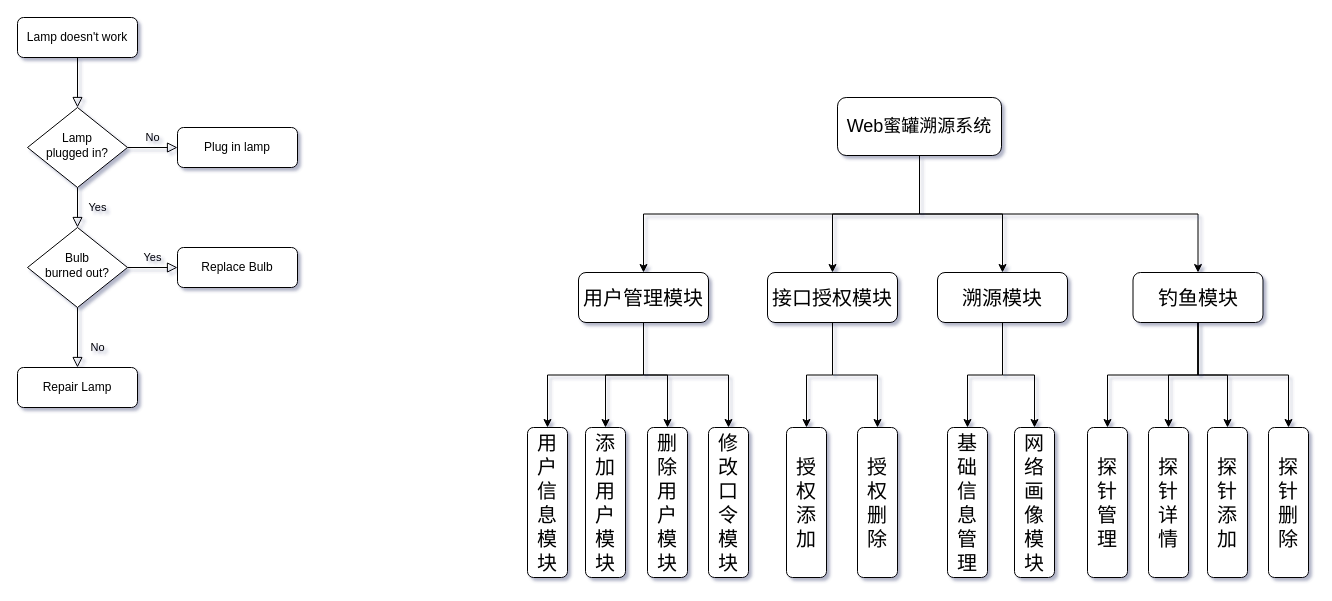
Pannet/Pannet.github.io keeps this draw.io diagram as fxw.drawio. Above is the earlier version. Source tidied: cells renumbered, new cells numbered last; positions are measured from the earlier drawing's top-left corner, leaving out a move shared by most shapes. Both pictures are drawn from the tidied source at 100%, with x=0, y=0 at pixel (17, 17).
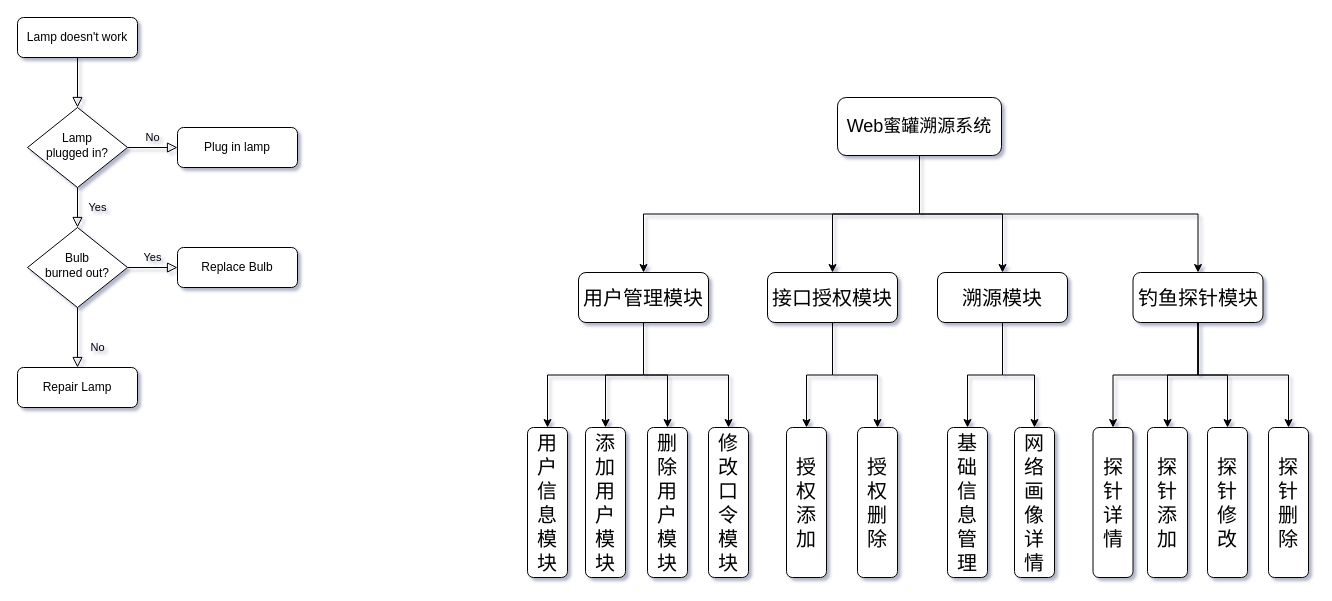
The same page after the edit.

Change to the diagram source:
```diff
@@
-    <mxCell id="30" value="钓鱼模块" style="rounded=1;whiteSpace=wrap;html=1;fontSize=20;" parent="1" vertex="1">
+    <mxCell id="30" value="钓鱼探针模块" style="rounded=1;whiteSpace=wrap;html=1;fontSize=20;" parent="1" vertex="1">
       <mxGeometry x="1115.5" y="255" width="130" height="50" as="geometry" />
     </mxCell>
-    <mxCell id="31" value="探&lt;br style=&quot;font-size: 20px;&quot;&gt;针&lt;br style=&quot;font-size: 20px;&quot;&gt;管&lt;br style=&quot;font-size: 20px;&quot;&gt;理" style="rounded=1;whiteSpace=wrap;html=1;fontSize=20;rotation=0;" parent="1" vertex="1">
-      <mxGeometry x="1070" y="410" width="40" height="150" as="geometry" />
+    <mxCell id="31" value="探&lt;br style=&quot;font-size: 20px&quot;&gt;针&lt;br style=&quot;font-size: 20px&quot;&gt;修改" style="rounded=1;whiteSpace=wrap;html=1;fontSize=20;rotation=0;" parent="1" vertex="1">
+      <mxGeometry x="1190" y="410" width="40" height="150" as="geometry" />
     </mxCell>
@@
     <mxCell id="35" value="探&lt;br style=&quot;font-size: 20px;&quot;&gt;针&lt;br style=&quot;font-size: 20px;&quot;&gt;详&lt;br style=&quot;font-size: 20px;&quot;&gt;情" style="rounded=1;whiteSpace=wrap;html=1;fontSize=20;rotation=0;" parent="1" vertex="1">
-      <mxGeometry x="1131" y="410" width="40" height="150" as="geometry" />
+      <mxGeometry x="1075.5" y="410" width="40" height="150" as="geometry" />
     </mxCell>
@@
-    <mxCell id="43" value="网&lt;br style=&quot;font-size: 20px;&quot;&gt;络&lt;br style=&quot;font-size: 20px;&quot;&gt;画&lt;br style=&quot;font-size: 20px;&quot;&gt;像&lt;br style=&quot;font-size: 20px;&quot;&gt;模&lt;br style=&quot;font-size: 20px;&quot;&gt;块" style="rounded=1;whiteSpace=wrap;html=1;fontSize=20;rotation=0;" parent="1" vertex="1">
+    <mxCell id="43" value="网&lt;br style=&quot;font-size: 20px&quot;&gt;络&lt;br style=&quot;font-size: 20px&quot;&gt;画&lt;br style=&quot;font-size: 20px&quot;&gt;像&lt;br style=&quot;font-size: 20px&quot;&gt;详情" style="rounded=1;whiteSpace=wrap;html=1;fontSize=20;rotation=0;" parent="1" vertex="1">
       <mxGeometry x="997" y="410" width="40" height="150" as="geometry" />
     </mxCell>
     <mxCell id="44" value="探&lt;br style=&quot;font-size: 20px;&quot;&gt;针&lt;br style=&quot;font-size: 20px;&quot;&gt;添&lt;br style=&quot;font-size: 20px;&quot;&gt;加" style="rounded=1;whiteSpace=wrap;html=1;fontSize=20;rotation=0;" parent="1" vertex="1">
-      <mxGeometry x="1190" y="410" width="40" height="150" as="geometry" />
+      <mxGeometry x="1130" y="410" width="40" height="150" as="geometry" />
     </mxCell>
```
